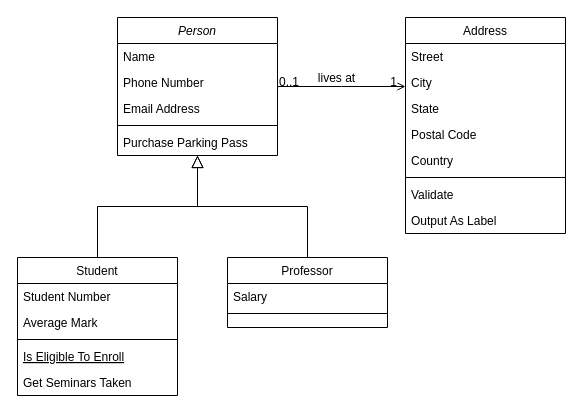
Earlier version of the draw.io diagram Diagrama sem nome.drawio (Fernandoenq/Beecrowd). Source tidied: cells renumbered, new cells numbered last; positions are measured from the earlier drawing's top-left corner, leaving out a move shared by most shapes. Both pictures are drawn from the tidied source at 100%, with x=0, y=0 at pixel (17, 17).
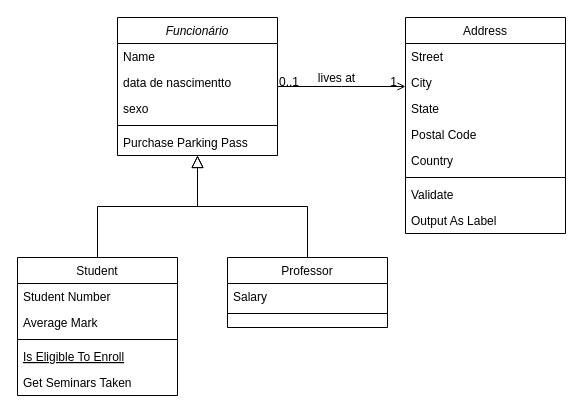
Above is the later version.

Commit message:
Diagrama Funcionario

The edit, as a diff of the source:
```diff
@@
-    <mxCell id="2" value="Person" style="swimlane;fontStyle=2;align=center;verticalAlign=top;horizontal=1;startSize=26;rounded=0;shadow=0;strokeWidth=1;" parent="1" vertex="1">
+    <mxCell id="2" value="Funcionário" style="swimlane;fontStyle=2;align=center;verticalAlign=top;horizontal=1;startSize=26;rounded=0;shadow=0;strokeWidth=1;" parent="1" vertex="1">
       <mxGeometry x="100" width="160" height="138" as="geometry" />
     </mxCell>
@@
-    <mxCell id="4" value="Phone Number" style="text;align=left;verticalAlign=top;spacingLeft=4;spacingRight=4;overflow=hidden;rounded=0;shadow=0;html=0;" parent="2" vertex="1">
+    <mxCell id="4" value="data de nascimentto" style="text;align=left;verticalAlign=top;spacingLeft=4;spacingRight=4;overflow=hidden;rounded=0;shadow=0;html=0;" parent="2" vertex="1">
       <mxGeometry y="52" width="160" height="26" as="geometry" />
     </mxCell>
-    <mxCell id="5" value="Email Address" style="text;align=left;verticalAlign=top;spacingLeft=4;spacingRight=4;overflow=hidden;rounded=0;shadow=0;html=0;" parent="2" vertex="1">
+    <mxCell id="5" value="sexo" style="text;align=left;verticalAlign=top;spacingLeft=4;spacingRight=4;overflow=hidden;rounded=0;shadow=0;html=0;" parent="2" vertex="1">
       <mxGeometry y="78" width="160" height="26" as="geometry" />
     </mxCell>
```
